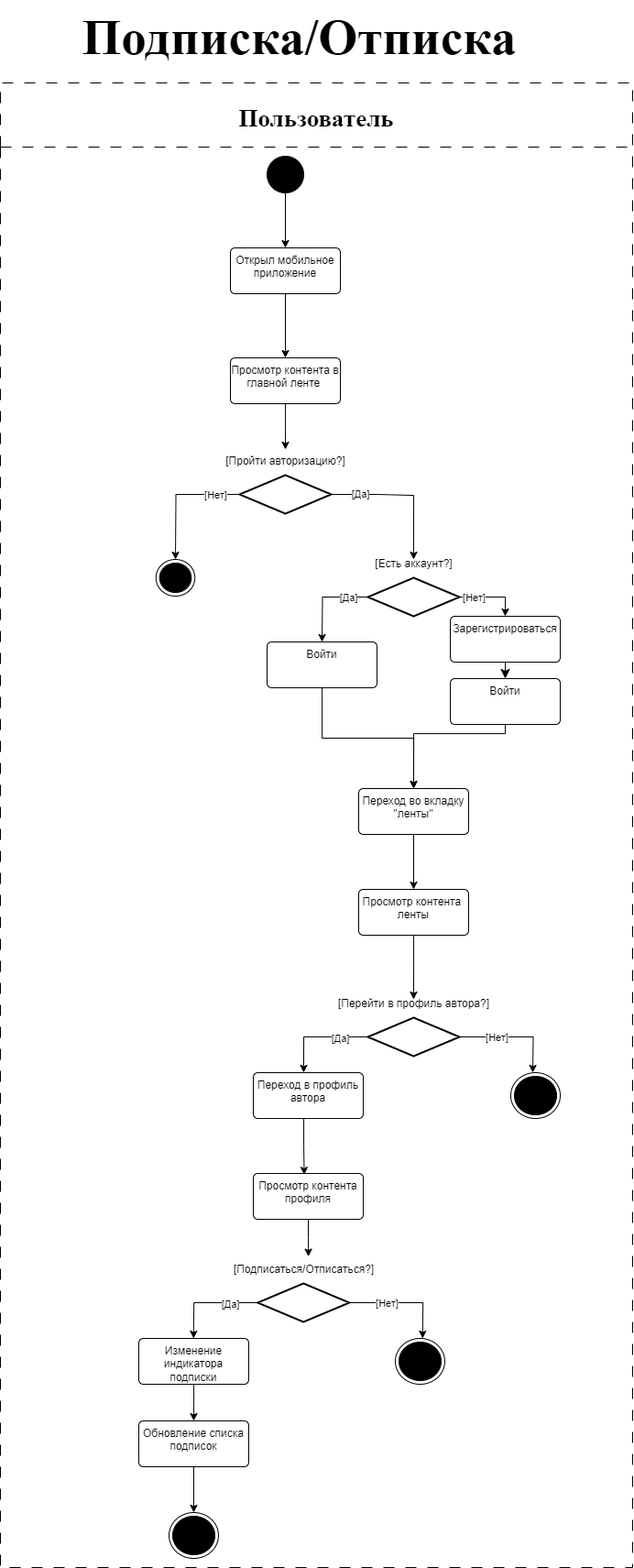
Above: diagrams/activity-subscription.png in SazonovAlexander/9.1-TikTalk (draw.io), before the change. Source tidied: cells renumbered, new cells last; positions are measured from the earlier drawing's top-left corner, leaving out a move shared by most shapes.
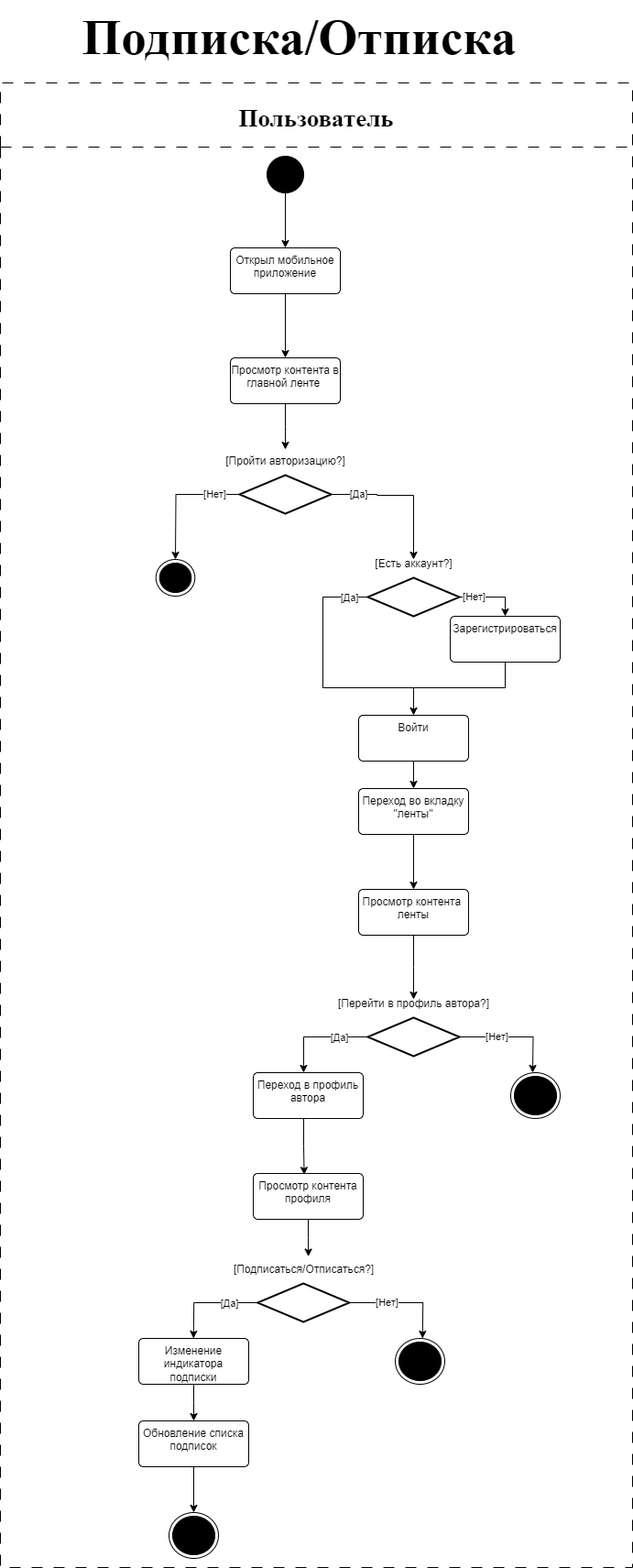
After the commit.

Change to the diagram source:
```diff
@@ -51,13 +51,19 @@
     <mxCell id="13" style="strokeWidth=2;html=1;shape=mxgraph.flowchart.decision;whiteSpace=wrap;" parent="1" vertex="1">
       <mxGeometry x="261" y="518" width="100" height="42" as="geometry" />
     </mxCell>
-    <mxCell id="14" style="edgeStyle=orthogonalEdgeStyle;rounded=0;jettySize=auto;html=1;" parent="1" edge="1" source="18">
+    <mxCell id="14" style="edgeStyle=orthogonalEdgeStyle;rounded=0;jettySize=auto;html=1;entryX=0.5;entryY=0;entryDx=0;entryDy=0;" parent="1" edge="1" source="18" target="21">
       <mxGeometry relative="1" as="geometry">
-        <mxPoint x="351" y="700" as="targetPoint" />
+        <Array as="points">
+          <mxPoint x="352" y="651" />
+          <mxPoint x="352" y="750" />
+          <mxPoint x="451" y="750" />
+        </Array>
       </mxGeometry>
     </mxCell>
     <mxCell id="15" value="[Да]" style="edgeLabel;html=1;align=center;verticalAlign=middle;" parent="14" vertex="1">
-      <mxGeometry x="-0.58" relative="1" as="geometry" />
+      <mxGeometry x="-0.58" relative="1" as="geometry">
+        <mxPoint x="29" y="-9" as="offset" />
+      </mxGeometry>
     </mxCell>
     <mxCell id="16" style="edgeStyle=orthogonalEdgeStyle;rounded=0;jettySize=auto;html=1;entryX=0.5;entryY=0;entryDx=0;entryDy=0;" parent="1" edge="1" source="18" target="50">
       <mxGeometry relative="1" as="geometry">
@@ -80,17 +86,6 @@
     <mxCell id="20" style="edgeStyle=orthogonalEdgeStyle;rounded=0;jettySize=auto;html=1;entryX=0.5;entryY=0;entryDx=0;entryDy=0;" parent="1" edge="1" source="21" target="24">
       <mxGeometry relative="1" as="geometry" />
     </mxCell>
-    <mxCell id="21" value="Войти" style="whiteSpace=wrap;html=1;verticalAlign=top;rounded=1;arcSize=10;dashed=0;" parent="1" vertex="1">
-      <mxGeometry x="291" y="700" width="120" height="50" as="geometry" />
-    </mxCell>
-    <mxCell id="22" style="edgeStyle=orthogonalEdgeStyle;rounded=0;jettySize=auto;html=1;entryX=0.5;entryY=0;entryDx=0;entryDy=0;exitX=0.5;exitY=1;exitDx=0;exitDy=0;" parent="1" edge="1" source="51" target="24">
-      <mxGeometry relative="1" as="geometry">
-        <Array as="points">
-          <mxPoint x="551" y="800" />
-          <mxPoint x="451" y="800" />
-        </Array>
-      </mxGeometry>
-    </mxCell>
     <mxCell id="23" style="edgeStyle=orthogonalEdgeStyle;rounded=0;jettySize=auto;html=1;entryX=0.5;entryY=0;entryDx=0;entryDy=0;" parent="1" edge="1" source="24" target="26">
       <mxGeometry relative="1" as="geometry" />
     </mxCell>
@@ -183,21 +178,26 @@
     <mxCell id="48" style="ellipse;html=1;shape=endState;fillColor=strokeColor;" parent="32" vertex="1">
       <mxGeometry x="169.8" y="520" width="42.5" height="40" as="geometry" />
     </mxCell>
-    <mxCell id="49" style="edgeStyle=none;curved=1;rounded=0;jettySize=auto;html=1;entryX=0.5;entryY=0;entryDx=0;entryDy=0;fontSize=12;startSize=8;endSize=8;" parent="32" edge="1" source="50" target="51">
-      <mxGeometry relative="1" as="geometry" />
+    <mxCell id="49" style="edgeStyle=orthogonalEdgeStyle;rounded=0;jettySize=auto;html=1;fontSize=12;startSize=8;endSize=8;endArrow=none;endFill=0;" parent="32" edge="1" source="50">
+      <mxGeometry relative="1" as="geometry">
+        <mxPoint x="451" y="660" as="targetPoint" />
+        <Array as="points">
+          <mxPoint x="551" y="660" />
+        </Array>
+      </mxGeometry>
     </mxCell>
     <mxCell id="50" value="Зарегистрироваться" style="whiteSpace=wrap;html=1;verticalAlign=top;rounded=1;arcSize=10;dashed=0;" parent="32" vertex="1">
       <mxGeometry x="491" y="582" width="120" height="50" as="geometry" />
     </mxCell>
-    <mxCell id="51" value="Войти" style="whiteSpace=wrap;html=1;verticalAlign=top;rounded=1;arcSize=10;dashed=0;" parent="32" vertex="1">
-      <mxGeometry x="491" y="650" width="120" height="50" as="geometry" />
-    </mxCell>
     <mxCell id="52" style="ellipse;html=1;shape=endState;fillColor=strokeColor;" parent="32" vertex="1">
       <mxGeometry x="557" y="1080" width="54" height="50" as="geometry" />
     </mxCell>
     <mxCell id="53" style="ellipse;html=1;shape=endState;fillColor=strokeColor;" parent="32" vertex="1">
       <mxGeometry x="431" y="1370" width="54" height="50" as="geometry" />
     </mxCell>
+    <mxCell id="21" value="Войти" style="whiteSpace=wrap;html=1;verticalAlign=top;rounded=1;arcSize=10;dashed=0;" parent="32" vertex="1">
+      <mxGeometry x="391" y="690" width="120" height="50" as="geometry" />
+    </mxCell>
     <mxCell id="54" value="Подписка/Отписка" style="text;html=1;align=center;verticalAlign=middle;strokeColor=none;fillColor=none;fontFamily=Times New Roman;fontSize=55;fontStyle=1;" parent="1" vertex="1">
       <mxGeometry x="96" width="460" height="80" as="geometry" />
     </mxCell>
```
